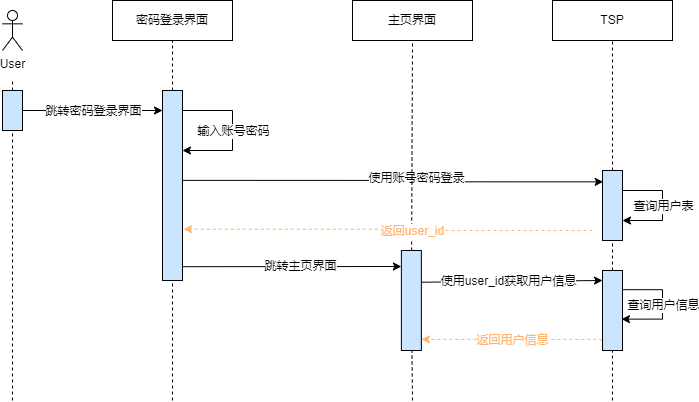
This is x9hp/密码登录时序图.png from notigit/Image, a draw.io export, as it was before one commit. Source tidied: cells renumbered, new cells last; positions are measured from the earlier drawing's top-left corner, leaving out a move shared by most shapes.
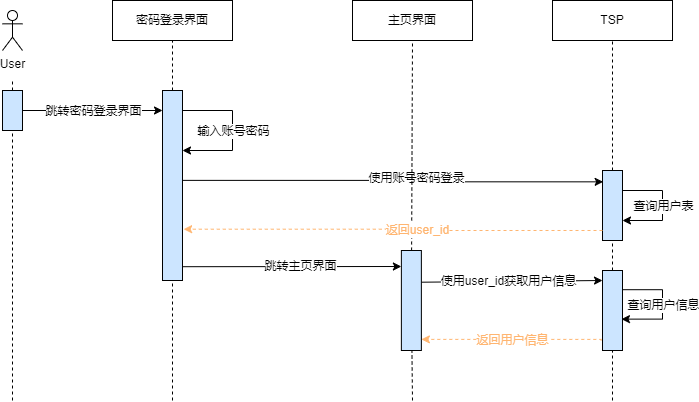
After the commit.

Commit message:
更新密码登录时序图.png

What changed in the source:
```diff
@@ -163,10 +163,8 @@
         <mxPoint x="610" y="400" as="sourcePoint" />
       </mxGeometry>
     </mxCell>
-    <mxCell id="37" style="edgeStyle=orthogonalEdgeStyle;rounded=0;jettySize=auto;html=1;exitX=-0.168;exitY=0.871;exitDx=0;exitDy=0;fontSize=11;dashed=1;fillColor=#FFF2CC;strokeColor=#FFB570;exitPerimeter=0;entryX=1.056;entryY=0.73;entryDx=0;entryDy=0;entryPerimeter=0;" parent="1" edge="1" target="11">
-      <mxGeometry relative="1" as="geometry">
-        <mxPoint x="590" y="230" as="sourcePoint" />
-      </mxGeometry>
+    <mxCell id="37" style="edgeStyle=orthogonalEdgeStyle;rounded=0;jettySize=auto;html=1;exitX=0;exitY=0.857;exitDx=0;exitDy=0;fontSize=11;dashed=1;fillColor=#FFF2CC;strokeColor=#FFB570;exitPerimeter=0;entryX=1.056;entryY=0.73;entryDx=0;entryDy=0;entryPerimeter=0;" parent="1" edge="1" source="14" target="11">
+      <mxGeometry relative="1" as="geometry" />
     </mxCell>
     <mxCell id="38" value="返回user_id" style="edgeLabel;html=1;align=center;verticalAlign=middle;fontSize=11;fillColor=#FFB570;fontColor=#FFB570;" parent="37" vertex="1">
       <mxGeometry x="-0.16" y="1" relative="1" as="geometry">
```
